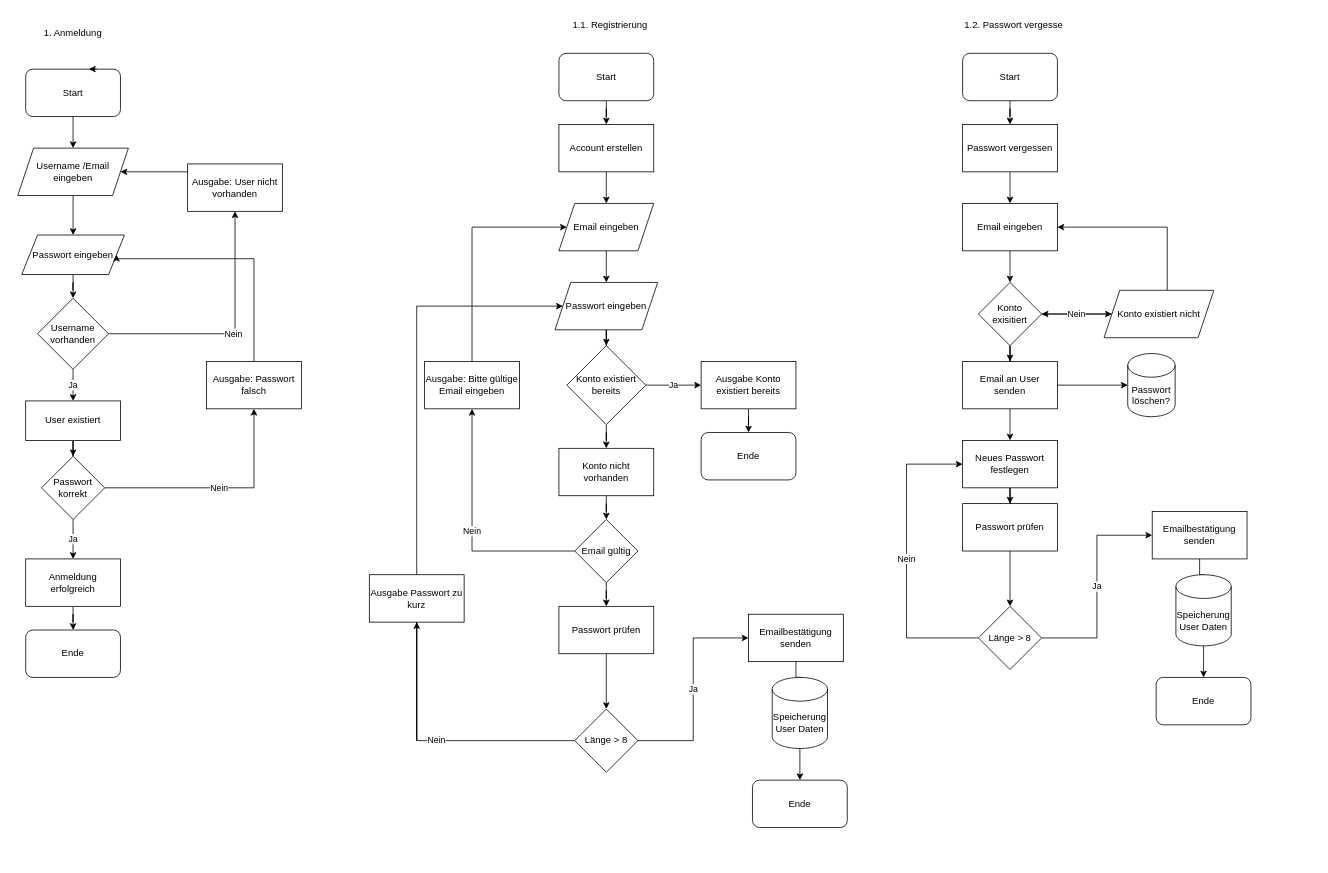
Above: PAP.drawio in Frododo12/Web-Technologie (draw.io), before the change. Source tidied: cells renumbered, new cells numbered last; positions are measured from the earlier drawing's top-left corner, leaving out a move shared by most shapes. Both pictures are drawn from the tidied source at 79%, with x=0, y=0 at pixel (13, 13).
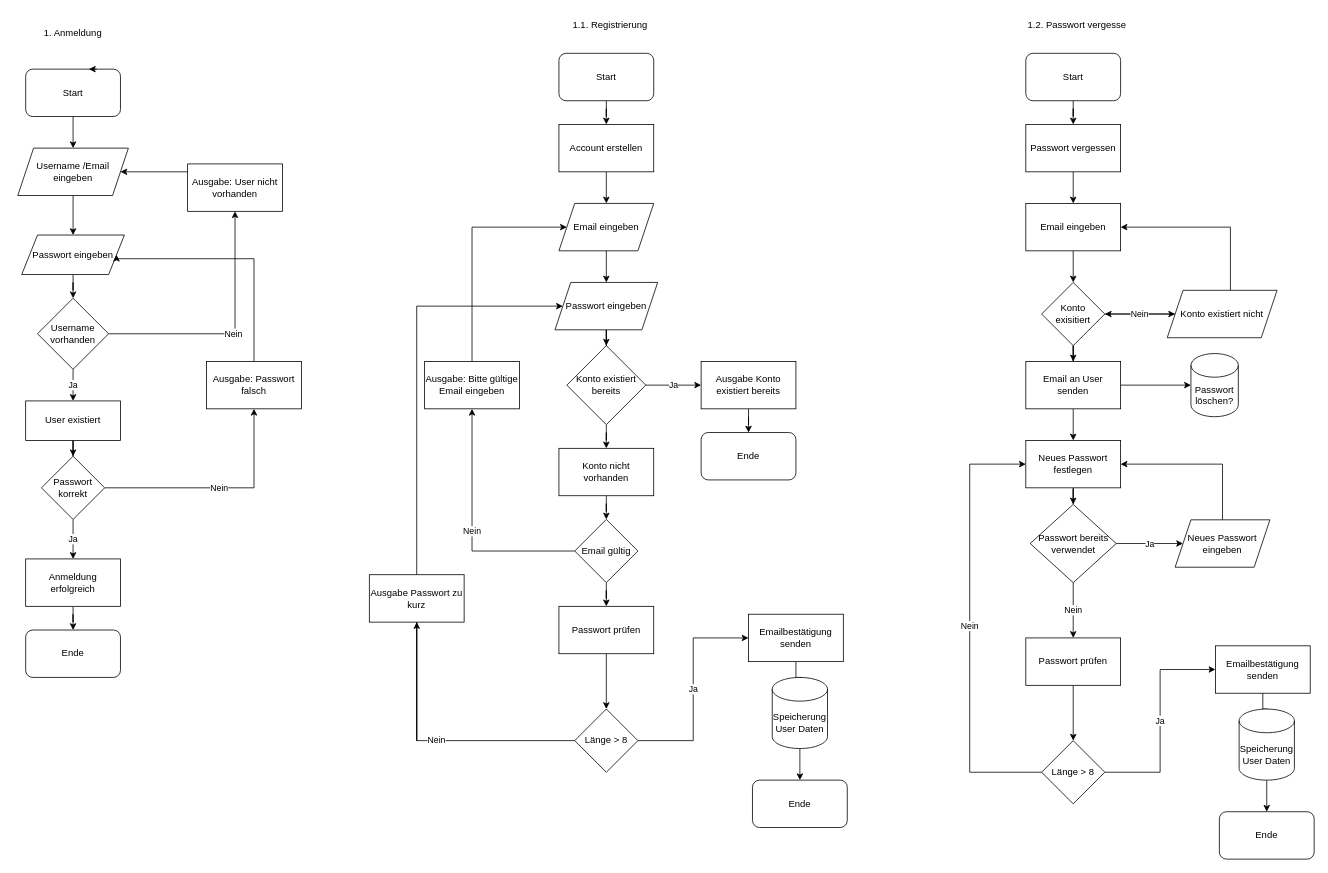
The same page after the edit.

The edit, as a diff of the source:
```diff
@@
     <mxCell id="60" value="1.2. Passwort vergesse" style="text;html=1;strokeColor=none;fillColor=none;align=center;verticalAlign=middle;whiteSpace=wrap;rounded=0;" parent="1" vertex="1">
-      <mxGeometry x="1191" width="150" height="30" as="geometry" />
+      <mxGeometry x="1271" width="150" height="30" as="geometry" />
     </mxCell>
@@
     <mxCell id="62" value="Start" style="rounded=1;whiteSpace=wrap;html=1;" parent="1" vertex="1">
-      <mxGeometry x="1201" y="50" width="120" height="60" as="geometry" />
+      <mxGeometry x="1281" y="50" width="120" height="60" as="geometry" />
     </mxCell>
@@
     <mxCell id="64" value="Passwort vergessen" style="rounded=0;whiteSpace=wrap;html=1;" parent="1" vertex="1">
-      <mxGeometry x="1201" y="140" width="120" height="60" as="geometry" />
+      <mxGeometry x="1281" y="140" width="120" height="60" as="geometry" />
     </mxCell>
@@
     <mxCell id="66" value="Email eingeben" style="rounded=0;whiteSpace=wrap;html=1;" parent="1" vertex="1">
-      <mxGeometry x="1201" y="240" width="120" height="60" as="geometry" />
+      <mxGeometry x="1281" y="240" width="120" height="60" as="geometry" />
     </mxCell>
@@
     <mxCell id="69" value="Konto exisitiert" style="rhombus;whiteSpace=wrap;html=1;rounded=0;" parent="1" vertex="1">
-      <mxGeometry x="1221" y="340" width="80" height="80" as="geometry" />
+      <mxGeometry x="1301" y="340" width="80" height="80" as="geometry" />
     </mxCell>
@@
     <mxCell id="71" style="edgeStyle=orthogonalEdgeStyle;rounded=0;jettySize=auto;html=1;entryX=1;entryY=0.5;entryDx=0;entryDy=0;" parent="1" edge="1" source="72" target="66">
       <mxGeometry relative="1" as="geometry">
         <Array as="points">
-          <mxPoint x="1460" y="270" />
+          <mxPoint x="1540" y="270" />
         </Array>
       </mxGeometry>
     </mxCell>
     <mxCell id="72" value="Konto existiert nicht" style="shape=parallelogram;perimeter=parallelogramPerimeter;whiteSpace=wrap;html=1;fixedSize=1;rounded=0;" parent="1" vertex="1">
-      <mxGeometry x="1380" y="350" width="139" height="60" as="geometry" />
+      <mxGeometry x="1460" y="350" width="139" height="60" as="geometry" />
     </mxCell>
@@
     <mxCell id="75" value="Email an User senden" style="whiteSpace=wrap;html=1;rounded=0;" parent="1" vertex="1">
-      <mxGeometry x="1201" y="440" width="120" height="60" as="geometry" />
+      <mxGeometry x="1281" y="440" width="120" height="60" as="geometry" />
     </mxCell>
     <mxCell id="76" value="Passwort löschen?" style="shape=cylinder3;whiteSpace=wrap;html=1;boundedLbl=1;backgroundOutline=1;size=15;" parent="1" vertex="1">
-      <mxGeometry x="1410" y="430" width="60" height="80" as="geometry" />
+      <mxGeometry x="1490" y="430" width="60" height="80" as="geometry" />
     </mxCell>
-    <mxCell id="77" style="edgeStyle=orthogonalEdgeStyle;rounded=0;jettySize=auto;html=1;" parent="1" edge="1" source="78" target="85">
-      <mxGeometry relative="1" as="geometry" />
-    </mxCell>
+    <mxCell id="89" style="edgeStyle=orthogonalEdgeStyle;rounded=0;jettySize=auto;html=1;" parent="1" edge="1" source="78" target="92">
+      <mxGeometry relative="1" as="geometry" />
+    </mxCell>
     <mxCell id="78" value="Neues Passwort festlegen" style="whiteSpace=wrap;html=1;rounded=0;" parent="1" vertex="1">
-      <mxGeometry x="1201" y="540" width="120" height="60" as="geometry" />
+      <mxGeometry x="1281" y="540" width="120" height="60" as="geometry" />
     </mxCell>
@@
     <mxCell id="80" value="Emailbestätigung senden" style="whiteSpace=wrap;html=1;" parent="1" vertex="1">
-      <mxGeometry x="1441" y="630" width="120" height="60" as="geometry" />
+      <mxGeometry x="1521" y="800" width="120" height="60" as="geometry" />
     </mxCell>
@@
     <mxCell id="82" value="Speicherung User Daten" style="shape=cylinder3;whiteSpace=wrap;html=1;boundedLbl=1;backgroundOutline=1;size=15;" parent="1" vertex="1">
-      <mxGeometry x="1471" y="710" width="70" height="90" as="geometry" />
+      <mxGeometry x="1551" y="880" width="70" height="90" as="geometry" />
     </mxCell>
     <mxCell id="83" value="Ende" style="rounded=1;whiteSpace=wrap;html=1;" parent="1" vertex="1">
-      <mxGeometry x="1446" y="840" width="120" height="60" as="geometry" />
+      <mxGeometry x="1526" y="1010" width="120" height="60" as="geometry" />
     </mxCell>
@@
     <mxCell id="85" value="Passwort prüfen" style="whiteSpace=wrap;html=1;" parent="1" vertex="1">
-      <mxGeometry x="1201" y="620" width="120" height="60" as="geometry" />
+      <mxGeometry x="1281" y="790" width="120" height="60" as="geometry" />
     </mxCell>
@@
     <mxCell id="87" value="Nein" style="edgeStyle=orthogonalEdgeStyle;rounded=0;jettySize=auto;html=1;entryX=0;entryY=0.5;entryDx=0;entryDy=0;" parent="1" edge="1" source="88" target="78">
       <mxGeometry relative="1" as="geometry">
         <Array as="points">
-          <mxPoint x="1130" y="790" />
-          <mxPoint x="1130" y="570" />
+          <mxPoint x="1210" y="960" />
+          <mxPoint x="1210" y="570" />
         </Array>
       </mxGeometry>
     </mxCell>
     <mxCell id="88" value="Länge &amp;gt; 8" style="rhombus;whiteSpace=wrap;html=1;" parent="1" vertex="1">
-      <mxGeometry x="1221" y="750" width="80" height="80" as="geometry" />
+      <mxGeometry x="1301" y="920" width="80" height="80" as="geometry" />
     </mxCell>
+    <mxCell id="90" value="Nein" style="edgeStyle=orthogonalEdgeStyle;rounded=0;jettySize=auto;html=1;" parent="1" edge="1" source="92" target="85">
+      <mxGeometry relative="1" as="geometry" />
+    </mxCell>
+    <mxCell id="91" value="Ja" style="edgeStyle=orthogonalEdgeStyle;rounded=0;jettySize=auto;html=1;" parent="1" edge="1" source="92" target="94">
+      <mxGeometry relative="1" as="geometry" />
+    </mxCell>
+    <mxCell id="92" value="Passwort bereits verwendet" style="rhombus;whiteSpace=wrap;html=1;rounded=0;" parent="1" vertex="1">
+      <mxGeometry x="1286.5" y="621" width="109" height="99" as="geometry" />
+    </mxCell>
+    <mxCell id="93" style="edgeStyle=orthogonalEdgeStyle;rounded=0;jettySize=auto;html=1;entryX=1;entryY=0.5;entryDx=0;entryDy=0;" parent="1" edge="1" source="94" target="78">
+      <mxGeometry relative="1" as="geometry">
+        <Array as="points">
+          <mxPoint x="1530" y="570" />
+        </Array>
+      </mxGeometry>
+    </mxCell>
+    <mxCell id="94" value="Neues Passwort eingeben" style="shape=parallelogram;perimeter=parallelogramPerimeter;whiteSpace=wrap;html=1;fixedSize=1;rounded=0;" parent="1" vertex="1">
+      <mxGeometry x="1470" y="640.5" width="120" height="60" as="geometry" />
+    </mxCell>
```
